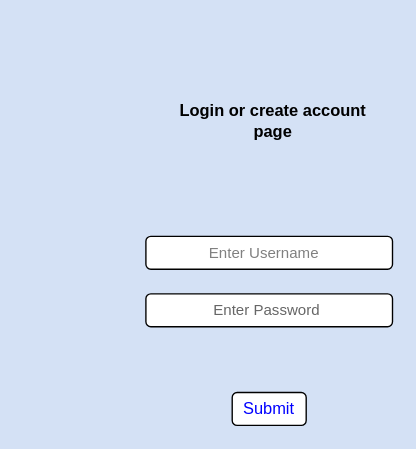
The draw.io diagram page "Login dialog" (2 of 5) of src/Market System Design.drawio in Ahmed-Ragy-3/MARKET_SYSTEM_repo, before the edit. Source tidied: cells renumbered, new cells numbered last; positions are measured from the earlier drawing's top-left corner, leaving out a move shared by most shapes. Both pictures are drawn from the tidied source at 137%, with x=0, y=0 at pixel (145, 88).
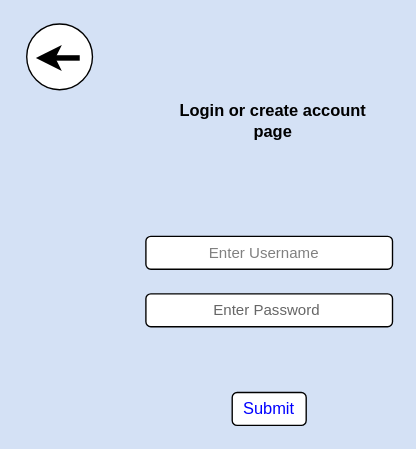
Above is the later version.

Change to the diagram source:
```diff
@@
 <mxGraphModel background="#D4E1F5">
   <root>
     <mxCell id="0" />
     <mxCell id="1" parent="0" />
     <mxCell id="2" style="rounded=1;whiteSpace=wrap;html=1;" parent="1" vertex="1">
       <mxGeometry y="108" width="180" height="24" as="geometry" />
     </mxCell>
     <mxCell id="3" style="rounded=1;whiteSpace=wrap;html=1;" parent="1" vertex="1">
       <mxGeometry y="150" width="180" height="24" as="geometry" />
     </mxCell>
     <mxCell id="4" value="&lt;font color=&quot;#808080&quot; style=&quot;font-size: 11px;&quot;&gt;Enter Username&amp;nbsp;&lt;/font&gt;" style="text;html=1;align=center;verticalAlign=middle;whiteSpace=wrap;rounded=0;" parent="1" vertex="1">
       <mxGeometry x="16" y="108" width="144" height="24" as="geometry" />
     </mxCell>
     <mxCell id="5" value="&lt;font color=&quot;#666666&quot; style=&quot;font-size: 11px;&quot;&gt;Enter Password&amp;nbsp;&lt;/font&gt;" style="text;html=1;align=center;verticalAlign=middle;whiteSpace=wrap;rounded=0;" parent="1" vertex="1">
       <mxGeometry x="18" y="150" width="144" height="24" as="geometry" />
     </mxCell>
     <mxCell id="6" value="&lt;b&gt;Login or create account page&lt;/b&gt;" style="text;html=1;align=center;verticalAlign=middle;whiteSpace=wrap;rounded=0;" parent="1" vertex="1">
       <mxGeometry x="18" width="150" height="48" as="geometry" />
     </mxCell>
     <mxCell id="7" value="&lt;span style=&quot;color: rgb(0, 0, 255);&quot;&gt;Submit&lt;/span&gt;" style="rounded=1;whiteSpace=wrap;html=1;" parent="1" vertex="1">
       <mxGeometry x="63" y="222" width="54" height="24" as="geometry" />
     </mxCell>
+    <mxCell id="8" style="group;" parent="1" vertex="1">
+      <mxGeometry x="-87" y="-47" width="48" height="50" as="geometry" />
+    </mxCell>
+    <mxCell id="9" style="ellipse;whiteSpace=wrap;html=1;" parent="8" vertex="1">
+      <mxGeometry width="48" height="48" as="geometry" />
+    </mxCell>
+    <mxCell id="10" style="endArrow=classic;html=1;rounded=0;strokeWidth=4;" parent="8" edge="1">
+      <mxGeometry relative="1" as="geometry">
+        <mxPoint x="38.7" y="24.8" as="sourcePoint" />
+        <mxPoint x="6.7" y="24.8" as="targetPoint" />
+      </mxGeometry>
+    </mxCell>
   </root>
 </mxGraphModel>
```
